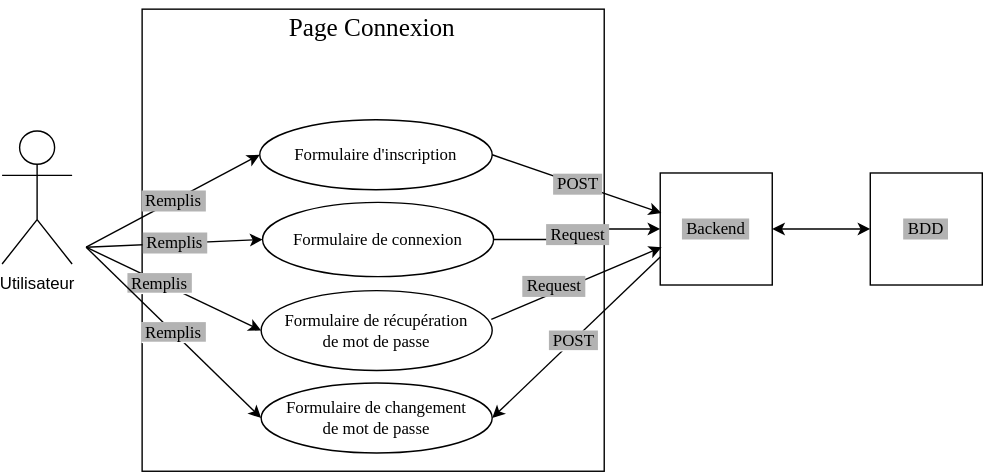
Earlier version of the draw.io export Diagramme cas usage page connexion.drawio.svg (JyjyStudio/Learn-Home-P10). Source tidied: cells renumbered, new cells last; positions are measured from the earlier drawing's top-left corner, leaving out a move shared by most shapes. Its diagram source:
```xml
<mxGraphModel>
  <root>
    <mxCell id="0" />
    <mxCell id="1" parent="0" />
    <mxCell id="2" value="Utilisateur" style="shape=umlActor;verticalLabelPosition=bottom;verticalAlign=top;html=1;" parent="1" vertex="1">
      <mxGeometry y="93" width="50" height="95" as="geometry" />
    </mxCell>
    <mxCell id="3" value="0" style="whiteSpace=wrap;html=1;" parent="1" vertex="1">
      <mxGeometry x="100" y="6" width="330" height="330" as="geometry" />
    </mxCell>
    <mxCell id="4" value="&lt;font face=&quot;Tahoma&quot; style=&quot;font-size: 18px;&quot;&gt;Page Connexion&lt;/font&gt;" style="text;html=1;align=center;verticalAlign=middle;strokeColor=none;fillColor=none;fontSize=18;fontStyle=0;" parent="1" vertex="1">
      <mxGeometry x="189" width="150" height="40" as="geometry" />
    </mxCell>
    <mxCell id="5" value="Formulaire de connexion" style="ellipse;whiteSpace=wrap;html=1;fontFamily=Tahoma;" parent="1" vertex="1">
      <mxGeometry x="186" y="144" width="165" height="53" as="geometry" />
    </mxCell>
    <mxCell id="6" value="Formulaire de récupération&lt;br&gt;de mot de passe" style="ellipse;whiteSpace=wrap;html=1;fontFamily=Tahoma;" parent="1" vertex="1">
      <mxGeometry x="185" y="207" width="165" height="57" as="geometry" />
    </mxCell>
    <mxCell id="7" value="Formulaire de changement&lt;br&gt;de mot de passe" style="ellipse;whiteSpace=wrap;html=1;fontFamily=Tahoma;" parent="1" vertex="1">
      <mxGeometry x="185" y="273" width="165" height="50" as="geometry" />
    </mxCell>
    <mxCell id="8" style="endArrow=classic;html=1;rounded=0;fontFamily=Tahoma;fontSize=12;entryX=0;entryY=0.5;entryDx=0;entryDy=0;" parent="1" edge="1" target="6">
      <mxGeometry relative="1" as="geometry">
        <mxPoint x="60" y="176" as="sourcePoint" />
      </mxGeometry>
    </mxCell>
    <mxCell id="9" value="&lt;span style=&quot;background-color: rgb(179, 179, 179);&quot;&gt;&amp;nbsp;Remplis&amp;nbsp;&lt;/span&gt;" style="edgeLabel;html=1;align=center;verticalAlign=middle;fontSize=12;fontFamily=Tahoma;" parent="8" vertex="1">
      <mxGeometry x="-0.16" y="-1" relative="1" as="geometry" />
    </mxCell>
    <mxCell id="10" value="&lt;span style=&quot;background-color: rgb(179, 179, 179);&quot;&gt;&amp;nbsp;Remplis&amp;nbsp;&lt;/span&gt;" style="endArrow=classic;html=1;rounded=0;fontFamily=Tahoma;fontSize=12;entryX=0;entryY=0.5;entryDx=0;entryDy=0;" parent="1" edge="1" target="7">
      <mxGeometry relative="1" as="geometry">
        <mxPoint x="60" y="176" as="sourcePoint" />
      </mxGeometry>
    </mxCell>
    <mxCell id="11" value="&amp;nbsp;Request&amp;nbsp;" style="edgeStyle=orthogonalEdgeStyle;rounded=0;jettySize=auto;html=1;exitX=1;exitY=0.5;exitDx=0;exitDy=0;labelBackgroundColor=#B3B3B3;fontFamily=Tahoma;fontSize=12;entryX=0;entryY=0.5;entryDx=0;entryDy=0;" parent="1" edge="1" source="5" target="12">
      <mxGeometry relative="1" as="geometry" />
    </mxCell>
    <mxCell id="12" value="&amp;nbsp;Backend&amp;nbsp;" style="whiteSpace=wrap;html=1;labelBackgroundColor=#B3B3B3;fontFamily=Tahoma;fontSize=12;" parent="1" vertex="1">
      <mxGeometry x="470" y="123" width="80" height="80" as="geometry" />
    </mxCell>
    <mxCell id="13" value="&amp;nbsp;BDD&amp;nbsp;" style="whiteSpace=wrap;html=1;labelBackgroundColor=#B3B3B3;fontFamily=Tahoma;fontSize=12;" parent="1" vertex="1">
      <mxGeometry x="620" y="123" width="80" height="80" as="geometry" />
    </mxCell>
    <mxCell id="14" style="endArrow=classic;startArrow=classic;html=1;rounded=0;labelBackgroundColor=#B3B3B3;fontFamily=Tahoma;fontSize=12;entryX=0;entryY=0.5;entryDx=0;entryDy=0;exitX=1;exitY=0.5;exitDx=0;exitDy=0;" parent="1" edge="1" source="12" target="13">
      <mxGeometry relative="1" as="geometry" />
    </mxCell>
    <mxCell id="15" style="endArrow=classic;html=1;rounded=0;labelBackgroundColor=#B3B3B3;fontFamily=Tahoma;fontSize=12;entryX=1;entryY=0.5;entryDx=0;entryDy=0;exitX=0;exitY=0.75;exitDx=0;exitDy=0;" parent="1" edge="1" source="12" target="7">
      <mxGeometry relative="1" as="geometry" />
    </mxCell>
    <mxCell id="16" value="&lt;span style=&quot;background-color: rgb(179, 179, 179);&quot;&gt;&amp;nbsp;POST&amp;nbsp;&lt;/span&gt;" style="edgeLabel;html=1;align=center;verticalAlign=middle;fontSize=12;fontFamily=Tahoma;" parent="15" vertex="1">
      <mxGeometry x="-0.2" y="-5" relative="1" as="geometry">
        <mxPoint x="-11" y="17" as="offset" />
      </mxGeometry>
    </mxCell>
    <mxCell id="17" style="endArrow=classic;html=1;rounded=0;labelBackgroundColor=#B3B3B3;fontFamily=Tahoma;fontSize=12;exitX=0.99;exitY=0.361;exitDx=0;exitDy=0;exitPerimeter=0;" parent="1" edge="1">
      <mxGeometry relative="1" as="geometry">
        <mxPoint x="349.4" y="227.6" as="sourcePoint" />
        <mxPoint x="471" y="176" as="targetPoint" />
      </mxGeometry>
    </mxCell>
    <mxCell id="18" value="&amp;nbsp;Request&amp;nbsp;" style="edgeLabel;html=1;align=center;verticalAlign=middle;fontSize=12;fontFamily=Tahoma;labelBackgroundColor=#B3B3B3;" parent="17" vertex="1">
      <mxGeometry x="0.18" y="-4" relative="1" as="geometry">
        <mxPoint x="-29" y="3" as="offset" />
      </mxGeometry>
    </mxCell>
    <mxCell id="19" value="&amp;nbsp;Remplis&amp;nbsp;" style="endArrow=classic;html=1;rounded=0;labelBackgroundColor=#B3B3B3;fontFamily=Tahoma;fontSize=12;entryX=0;entryY=0.5;entryDx=0;entryDy=0;" parent="1" edge="1">
      <mxGeometry relative="1" as="geometry">
        <mxPoint x="60" y="176" as="sourcePoint" />
        <mxPoint x="186" y="170.5" as="targetPoint" />
      </mxGeometry>
    </mxCell>
    <mxCell id="20" value="Formulaire d'inscription" style="ellipse;whiteSpace=wrap;html=1;fontFamily=Tahoma;" parent="1" vertex="1">
      <mxGeometry x="184" y="85" width="166" height="50" as="geometry" />
    </mxCell>
    <mxCell id="21" value="&amp;nbsp;Remplis&amp;nbsp;" style="endArrow=classic;html=1;rounded=0;labelBackgroundColor=#B3B3B3;fontFamily=Tahoma;fontSize=12;entryX=0;entryY=0.5;entryDx=0;entryDy=0;" parent="1" edge="1" target="20">
      <mxGeometry relative="1" as="geometry">
        <mxPoint x="60" y="176" as="sourcePoint" />
      </mxGeometry>
    </mxCell>
    <mxCell id="22" value="&amp;nbsp;POST&amp;nbsp;" style="endArrow=classic;html=1;rounded=0;labelBackgroundColor=#B3B3B3;fontFamily=Tahoma;fontSize=12;exitX=1;exitY=0.5;exitDx=0;exitDy=0;entryX=0.01;entryY=0.358;entryDx=0;entryDy=0;entryPerimeter=0;" parent="1" edge="1" source="20" target="12">
      <mxGeometry relative="1" as="geometry" />
    </mxCell>
  </root>
</mxGraphModel>
```
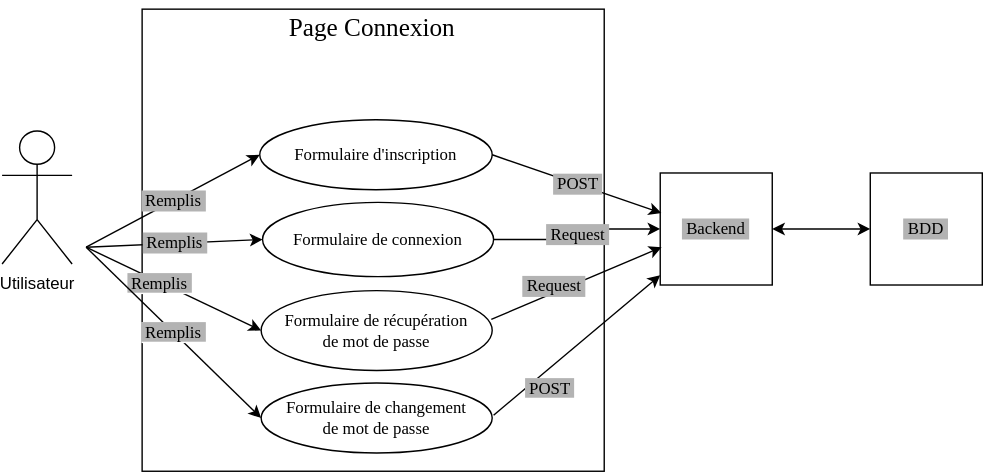
Later version of the same file.

Change to the diagram source:
```diff
@@ -45,8 +45,11 @@
     <mxCell id="14" style="endArrow=classic;startArrow=classic;html=1;rounded=0;labelBackgroundColor=#B3B3B3;fontFamily=Tahoma;fontSize=12;entryX=0;entryY=0.5;entryDx=0;entryDy=0;exitX=1;exitY=0.5;exitDx=0;exitDy=0;" parent="1" edge="1" source="12" target="13">
       <mxGeometry relative="1" as="geometry" />
     </mxCell>
-    <mxCell id="15" style="endArrow=classic;html=1;rounded=0;labelBackgroundColor=#B3B3B3;fontFamily=Tahoma;fontSize=12;entryX=1;entryY=0.5;entryDx=0;entryDy=0;exitX=0;exitY=0.75;exitDx=0;exitDy=0;" parent="1" edge="1" source="12" target="7">
-      <mxGeometry relative="1" as="geometry" />
+    <mxCell id="15" style="endArrow=classic;html=1;rounded=0;labelBackgroundColor=#B3B3B3;fontFamily=Tahoma;fontSize=12;exitX=1;exitY=0.5;exitDx=0;exitDy=0;" parent="1" edge="1">
+      <mxGeometry relative="1" as="geometry">
+        <mxPoint x="351" y="296" as="sourcePoint" />
+        <mxPoint x="470" y="196" as="targetPoint" />
+      </mxGeometry>
     </mxCell>
     <mxCell id="16" value="&lt;span style=&quot;background-color: rgb(179, 179, 179);&quot;&gt;&amp;nbsp;POST&amp;nbsp;&lt;/span&gt;" style="edgeLabel;html=1;align=center;verticalAlign=middle;fontSize=12;fontFamily=Tahoma;" parent="15" vertex="1">
       <mxGeometry x="-0.2" y="-5" relative="1" as="geometry">
```
